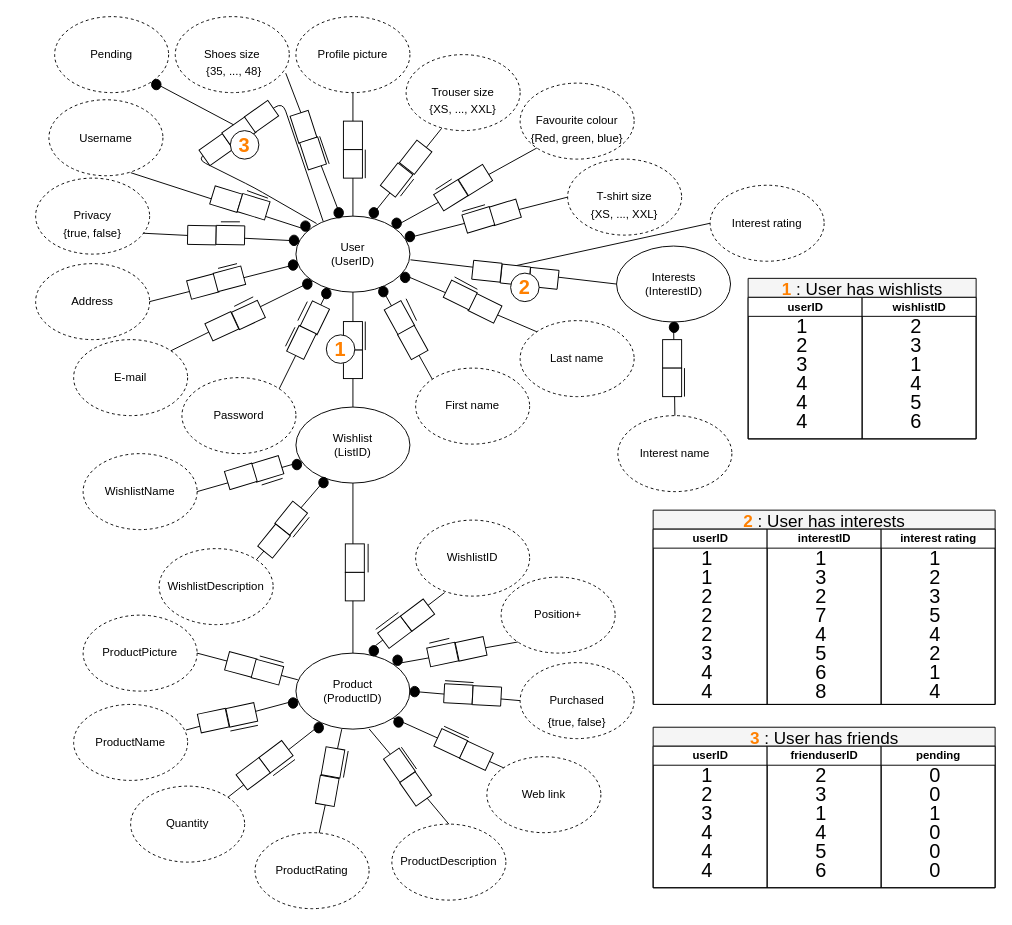
Before: Diagrammes/ORM.drawio in NNepper/LSINF1225-2020-GroupeL1.1-WishList, a draw.io diagram. Source tidied: cells renumbered, new cells numbered last; positions are measured from the earlier drawing's top-left corner, leaving out a move shared by most shapes. Both pictures are drawn from the tidied source at 95%, with x=0, y=0 at pixel (16, 16).
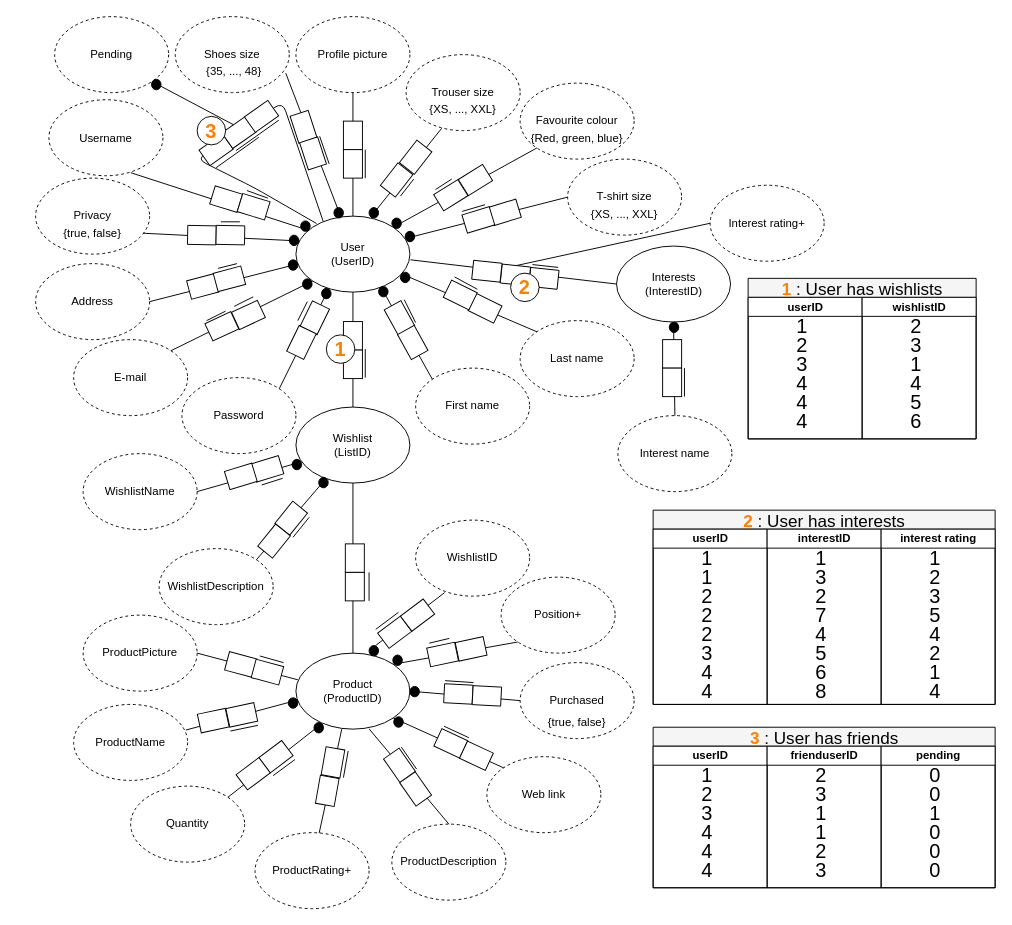
The same page after the edit.

Unchanged cells that the change refers to:
```xml
<mxCell id="237" value="frienduserID" style="swimlane;html=1;startSize=20;labelBackgroundColor=#ffffff;labelBorderColor=none;shadow=0;rounded=0;swimlaneLine=1;" parent="234" vertex="1">
  <mxGeometry x="120" y="20" width="120" height="149" as="geometry" />
</mxCell>
```

Diff of the diagram source:
```diff
@@
-    <mxCell id="28" value="Interest rating" style="ellipse;whiteSpace=wrap;html=1;dashed=1;" parent="1" vertex="1">
+    <mxCell id="28" value="Interest rating+" style="ellipse;whiteSpace=wrap;html=1;dashed=1;" parent="1" vertex="1">
       <mxGeometry x="730" y="177.5" width="120" height="80" as="geometry" />
     </mxCell>
@@
     <mxCell id="86" style="endArrow=none;html=1;" parent="1" edge="1">
       <mxGeometry relative="1" as="geometry">
-        <mxPoint x="283" y="347" as="sourcePoint" />
-        <mxPoint x="293" y="327" as="targetPoint" />
+        <mxPoint x="200" y="320" as="sourcePoint" />
+        <mxPoint x="220" y="310" as="targetPoint" />
       </mxGeometry>
     </mxCell>
@@
     <mxCell id="130" style="endArrow=none;html=1;" parent="1" edge="1">
       <mxGeometry relative="1" as="geometry">
-        <mxPoint x="421" y="320" as="sourcePoint" />
-        <mxPoint x="410" y="297" as="targetPoint" />
+        <mxPoint x="420" y="322" as="sourcePoint" />
+        <mxPoint x="408" y="298" as="targetPoint" />
       </mxGeometry>
     </mxCell>
@@
     <mxCell id="134" style="endArrow=none;html=1;" parent="1" edge="1">
       <mxGeometry relative="1" as="geometry">
-        <mxPoint x="367" y="321" as="sourcePoint" />
-        <mxPoint x="367" y="351" as="targetPoint" />
+        <mxPoint x="367" y="350" as="sourcePoint" />
+        <mxPoint x="367" y="380" as="targetPoint" />
       </mxGeometry>
     </mxCell>
@@
     <mxCell id="136" style="endArrow=none;html=1;" parent="1" edge="1">
       <mxGeometry relative="1" as="geometry">
-        <mxPoint x="370" y="555" as="sourcePoint" />
-        <mxPoint x="370" y="585" as="targetPoint" />
+        <mxPoint x="371" y="585" as="sourcePoint" />
+        <mxPoint x="371" y="615" as="targetPoint" />
       </mxGeometry>
     </mxCell>
@@
     <mxCell id="157" value="&lt;b&gt;3&lt;/b&gt;" style="ellipse;whiteSpace=wrap;html=1;fontSize=21;fontColor=#FF8000;" parent="1" vertex="1">
-      <mxGeometry x="225" y="120" width="30" height="30" as="geometry" />
+      <mxGeometry x="190" y="105" width="30" height="30" as="geometry" />
     </mxCell>
@@
-    <mxCell id="240" value="5" style="text;html=1;strokeColor=none;fillColor=none;align=center;verticalAlign=middle;whiteSpace=wrap;rounded=0;fontSize=21;fontColor=#000000;" parent="237" vertex="1">
+    <mxCell id="240" value="2" style="text;html=1;strokeColor=none;fillColor=none;align=center;verticalAlign=middle;whiteSpace=wrap;rounded=0;fontSize=21;fontColor=#000000;" parent="237" vertex="1">
       <mxGeometry x="37" y="100" width="40" height="20" as="geometry" />
     </mxCell>
@@
-    <mxCell id="246" value="4" style="text;html=1;strokeColor=none;fillColor=none;align=center;verticalAlign=middle;whiteSpace=wrap;rounded=0;fontSize=21;fontColor=#000000;" parent="237" vertex="1">
+    <mxCell id="246" value="1" style="text;html=1;strokeColor=none;fillColor=none;align=center;verticalAlign=middle;whiteSpace=wrap;rounded=0;fontSize=21;fontColor=#000000;" parent="237" vertex="1">
       <mxGeometry x="37" y="80" width="40" height="20" as="geometry" />
     </mxCell>
@@
-    <mxCell id="248" value="6" style="text;html=1;strokeColor=none;fillColor=none;align=center;verticalAlign=middle;whiteSpace=wrap;rounded=0;fontSize=21;fontColor=#000000;" parent="237" vertex="1">
+    <mxCell id="248" value="3" style="text;html=1;strokeColor=none;fillColor=none;align=center;verticalAlign=middle;whiteSpace=wrap;rounded=0;fontSize=21;fontColor=#000000;" parent="237" vertex="1">
       <mxGeometry x="37" y="120" width="40" height="20" as="geometry" />
     </mxCell>
@@
-    <mxCell id="256" value="ProductRating" style="ellipse;whiteSpace=wrap;html=1;dashed=1;" parent="1" vertex="1">
+    <mxCell id="256" value="ProductRating+" style="ellipse;whiteSpace=wrap;html=1;dashed=1;" parent="1" vertex="1">
       <mxGeometry x="251" y="859" width="120" height="80" as="geometry" />
     </mxCell>
@@
+    <mxCell id="283" style="endArrow=none;html=1;" parent="1" edge="1">
+      <mxGeometry relative="1" as="geometry">
+        <mxPoint x="570" y="264" as="sourcePoint" />
+        <mxPoint x="543" y="261" as="targetPoint" />
+      </mxGeometry>
+    </mxCell>
+    <mxCell id="284" style="endArrow=none;html=1;" parent="1" edge="1">
+      <mxGeometry relative="1" as="geometry">
+        <mxPoint x="231" y="141" as="sourcePoint" />
+        <mxPoint x="276" y="109" as="targetPoint" />
+      </mxGeometry>
+    </mxCell>
+    <mxCell id="285" style="endArrow=none;html=1;" parent="1" edge="1">
+      <mxGeometry relative="1" as="geometry">
+        <mxPoint x="210" y="159" as="sourcePoint" />
+        <mxPoint x="255" y="127" as="targetPoint" />
+      </mxGeometry>
+    </mxCell>
```
